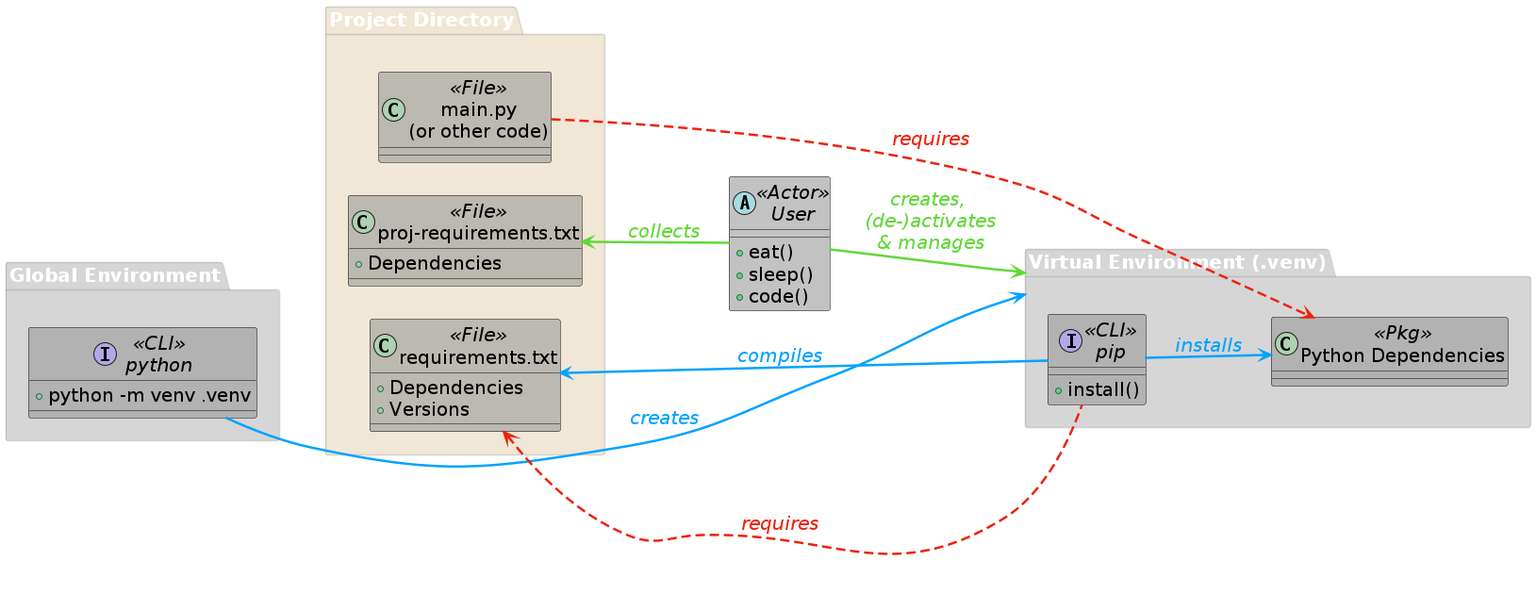
Before: assets/diagram-simple/diagram-simple.png, a diagram exported from PlantUML (HisQu/buildben).
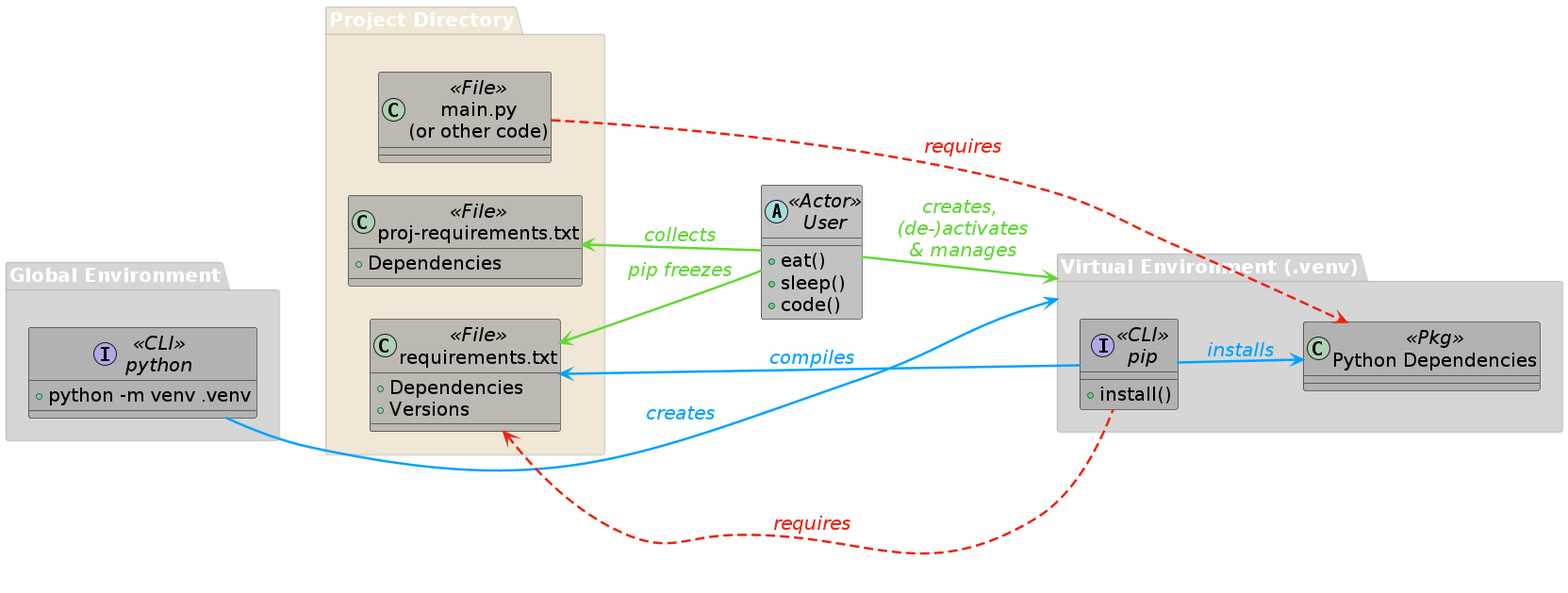
After the commit.

What changed in the source:
```diff
@@ -71,6 +71,7 @@
 }
 USER  --> VENV : creates, \n (de-)activates \n& manages
 REQ_PROJ <-- USER : collects
+REQ <-- USER : pip freezes
 
 <style>
 arrow {
```
